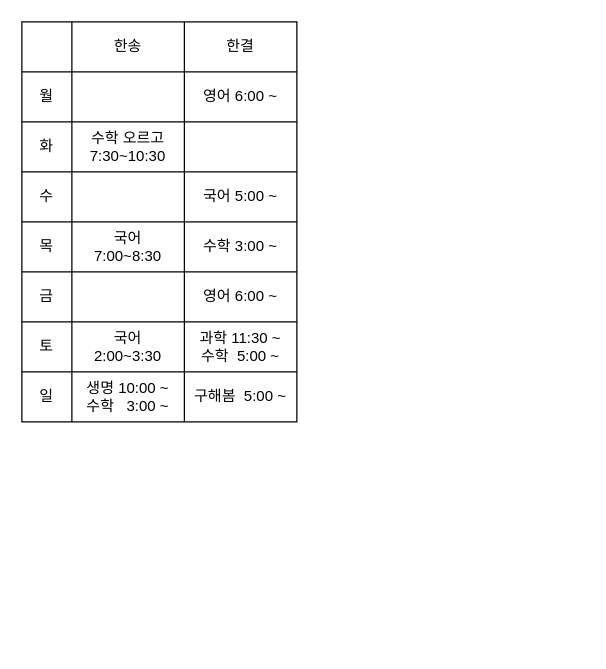
Above: time_table.drawio in hunsooni/diagram (draw.io), before the change. Source tidied: cells renumbered, new cells numbered last; positions are measured from the earlier drawing's top-left corner, leaving out a move shared by most shapes. Both pictures are drawn from the tidied source at 125%, with x=0, y=0 at pixel (21, 21).
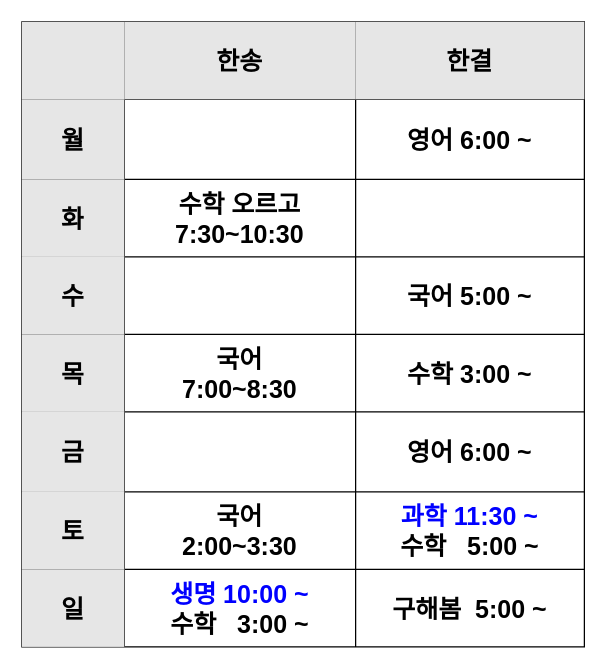
Above is the later version.

Change to the diagram source:
```diff
@@
-    <mxCell id="2" style="shape=table;startSize=0;childLayout=tableLayout;" parent="1" vertex="1">
-      <mxGeometry width="220" height="320" as="geometry" />
+    <mxCell id="2" style="shape=table;startSize=0;childLayout=tableLayout;fontSize=20;" parent="1" vertex="1">
+      <mxGeometry width="450" height="500" as="geometry" />
     </mxCell>
     <mxCell id="3" style="shape=tableRow;horizontal=0;startSize=0;swimlaneHead=0;swimlaneBody=0;top=0;left=0;bottom=0;right=0;fillColor=none;" parent="2" vertex="1">
-      <mxGeometry width="220" height="40" as="geometry" />
+      <mxGeometry width="450" height="62" as="geometry" />
     </mxCell>
-    <mxCell id="4" style="shape=partialRectangle;html=1;whiteSpace=wrap;overflow=hidden;fillColor=none;top=0;left=0;bottom=0;right=0;" parent="3" vertex="1">
-      <mxGeometry width="40" height="40" as="geometry" />
+    <mxCell id="4" style="shape=partialRectangle;html=1;whiteSpace=wrap;overflow=hidden;fillColor=#E6E6E6;top=0;left=0;bottom=0;right=0;fontSize=20;fontStyle=1;" parent="3" vertex="1">
+      <mxGeometry width="82" height="62" as="geometry" />
     </mxCell>
-    <mxCell id="5" value="한송" style="shape=partialRectangle;html=1;whiteSpace=wrap;overflow=hidden;fillColor=none;top=0;left=0;bottom=0;right=0;" parent="3" vertex="1">
-      <mxGeometry x="40" width="90" height="40" as="geometry" />
+    <mxCell id="5" value="한송" style="shape=partialRectangle;html=1;whiteSpace=wrap;overflow=hidden;fillColor=#E6E6E6;top=0;left=0;bottom=0;right=0;fontSize=20;fontStyle=1;" parent="3" vertex="1">
+      <mxGeometry x="82" width="185" height="62" as="geometry" />
     </mxCell>
-    <mxCell id="6" value="한결" style="shape=partialRectangle;html=1;whiteSpace=wrap;overflow=hidden;fillColor=none;top=0;left=0;bottom=0;right=0;" parent="3" vertex="1">
-      <mxGeometry x="130" width="90" height="40" as="geometry" />
+    <mxCell id="6" value="한결" style="shape=partialRectangle;html=1;whiteSpace=wrap;overflow=hidden;fillColor=#E6E6E6;top=0;left=0;bottom=0;right=0;fontSize=20;fontStyle=1;" parent="3" vertex="1">
+      <mxGeometry x="267" width="183" height="62" as="geometry" />
     </mxCell>
     <mxCell id="7" style="shape=tableRow;horizontal=0;startSize=0;swimlaneHead=0;swimlaneBody=0;top=0;left=0;bottom=0;right=0;fillColor=none;" parent="2" vertex="1">
-      <mxGeometry y="40" width="220" height="40" as="geometry" />
+      <mxGeometry y="62" width="450" height="64" as="geometry" />
     </mxCell>
-    <mxCell id="8" value="월" style="shape=partialRectangle;html=1;whiteSpace=wrap;overflow=hidden;fillColor=none;top=0;left=0;bottom=0;right=0;" parent="7" vertex="1">
-      <mxGeometry width="40" height="40" as="geometry" />
+    <mxCell id="8" value="월" style="shape=partialRectangle;html=1;whiteSpace=wrap;overflow=hidden;fillColor=#E6E6E6;top=0;left=0;bottom=0;right=0;fontSize=20;fontStyle=1;" parent="7" vertex="1">
+      <mxGeometry width="82" height="64" as="geometry" />
     </mxCell>
-    <mxCell id="9" style="shape=partialRectangle;html=1;whiteSpace=wrap;overflow=hidden;fillColor=none;top=0;left=0;bottom=0;right=0;" parent="7" vertex="1">
-      <mxGeometry x="40" width="90" height="40" as="geometry" />
+    <mxCell id="9" style="shape=partialRectangle;html=1;whiteSpace=wrap;overflow=hidden;fillColor=none;top=0;left=0;bottom=0;right=0;fontSize=20;fontStyle=1;" parent="7" vertex="1">
+      <mxGeometry x="82" width="185" height="64" as="geometry" />
     </mxCell>
-    <mxCell id="10" value="영어 6:00 ~" style="shape=partialRectangle;html=1;whiteSpace=wrap;overflow=hidden;fillColor=none;top=0;left=0;bottom=0;right=0;" parent="7" vertex="1">
-      <mxGeometry x="130" width="90" height="40" as="geometry" />
+    <mxCell id="10" value="영어 6:00 ~" style="shape=partialRectangle;html=1;whiteSpace=wrap;overflow=hidden;fillColor=none;top=0;left=0;bottom=0;right=0;fontSize=20;fontStyle=1;" parent="7" vertex="1">
+      <mxGeometry x="267" width="183" height="64" as="geometry" />
     </mxCell>
     <mxCell id="11" style="shape=tableRow;horizontal=0;startSize=0;swimlaneHead=0;swimlaneBody=0;top=0;left=0;bottom=0;right=0;fillColor=none;" parent="2" vertex="1">
-      <mxGeometry y="80" width="220" height="40" as="geometry" />
+      <mxGeometry y="126" width="450" height="62" as="geometry" />
     </mxCell>
-    <mxCell id="12" value="화" style="shape=partialRectangle;html=1;whiteSpace=wrap;overflow=hidden;fillColor=none;top=0;left=0;bottom=0;right=0;" parent="11" vertex="1">
-      <mxGeometry width="40" height="40" as="geometry" />
+    <mxCell id="12" value="화" style="shape=partialRectangle;html=1;whiteSpace=wrap;overflow=hidden;fillColor=#E6E6E6;top=0;left=0;bottom=0;right=0;fontSize=20;fontStyle=1;" parent="11" vertex="1">
+      <mxGeometry width="82" height="62" as="geometry" />
     </mxCell>
-    <mxCell id="13" value="수학 오르고&lt;br&gt;7:30~10:30" style="shape=partialRectangle;html=1;whiteSpace=wrap;overflow=hidden;fillColor=none;top=0;left=0;bottom=0;right=0;" parent="11" vertex="1">
-      <mxGeometry x="40" width="90" height="40" as="geometry" />
+    <mxCell id="13" value="수학 오르고&lt;br style=&quot;font-size: 20px;&quot;&gt;7:30~10:30" style="shape=partialRectangle;html=1;whiteSpace=wrap;overflow=hidden;fillColor=none;top=0;left=0;bottom=0;right=0;fontSize=20;fontStyle=1;" parent="11" vertex="1">
+      <mxGeometry x="82" width="185" height="62" as="geometry" />
     </mxCell>
-    <mxCell id="14" style="shape=partialRectangle;html=1;whiteSpace=wrap;overflow=hidden;fillColor=none;top=0;left=0;bottom=0;right=0;" parent="11" vertex="1">
-      <mxGeometry x="130" width="90" height="40" as="geometry" />
+    <mxCell id="14" style="shape=partialRectangle;html=1;whiteSpace=wrap;overflow=hidden;fillColor=none;top=0;left=0;bottom=0;right=0;fontSize=20;fontStyle=1;" parent="11" vertex="1">
+      <mxGeometry x="267" width="183" height="62" as="geometry" />
     </mxCell>
     <mxCell id="15" style="shape=tableRow;horizontal=0;startSize=0;swimlaneHead=0;swimlaneBody=0;top=0;left=0;bottom=0;right=0;fillColor=none;" parent="2" vertex="1">
-      <mxGeometry y="120" width="220" height="40" as="geometry" />
+      <mxGeometry y="188" width="450" height="62" as="geometry" />
     </mxCell>
-    <mxCell id="16" value="수" style="shape=partialRectangle;html=1;whiteSpace=wrap;overflow=hidden;fillColor=none;top=0;left=0;bottom=0;right=0;" parent="15" vertex="1">
-      <mxGeometry width="40" height="40" as="geometry" />
+    <mxCell id="16" value="수" style="shape=partialRectangle;html=1;whiteSpace=wrap;overflow=hidden;fillColor=#E6E6E6;top=0;left=0;bottom=0;right=0;fontSize=20;fontStyle=1;" parent="15" vertex="1">
+      <mxGeometry width="82" height="62" as="geometry" />
     </mxCell>
-    <mxCell id="17" style="shape=partialRectangle;html=1;whiteSpace=wrap;overflow=hidden;fillColor=none;top=0;left=0;bottom=0;right=0;" parent="15" vertex="1">
-      <mxGeometry x="40" width="90" height="40" as="geometry" />
+    <mxCell id="17" style="shape=partialRectangle;html=1;whiteSpace=wrap;overflow=hidden;fillColor=none;top=0;left=0;bottom=0;right=0;fontSize=20;fontStyle=1;" parent="15" vertex="1">
+      <mxGeometry x="82" width="185" height="62" as="geometry" />
     </mxCell>
-    <mxCell id="18" value="국어 5:00 ~" style="shape=partialRectangle;html=1;whiteSpace=wrap;overflow=hidden;fillColor=none;top=0;left=0;bottom=0;right=0;" parent="15" vertex="1">
-      <mxGeometry x="130" width="90" height="40" as="geometry" />
+    <mxCell id="18" value="국어 5:00 ~" style="shape=partialRectangle;html=1;whiteSpace=wrap;overflow=hidden;fillColor=none;top=0;left=0;bottom=0;right=0;fontSize=20;fontStyle=1;" parent="15" vertex="1">
+      <mxGeometry x="267" width="183" height="62" as="geometry" />
     </mxCell>
     <mxCell id="19" style="shape=tableRow;horizontal=0;startSize=0;swimlaneHead=0;swimlaneBody=0;top=0;left=0;bottom=0;right=0;fillColor=none;" parent="2" vertex="1">
-      <mxGeometry y="160" width="220" height="40" as="geometry" />
+      <mxGeometry y="250" width="450" height="62" as="geometry" />
     </mxCell>
-    <mxCell id="20" value="목" style="shape=partialRectangle;html=1;whiteSpace=wrap;overflow=hidden;fillColor=none;top=0;left=0;bottom=0;right=0;" parent="19" vertex="1">
-      <mxGeometry width="40" height="40" as="geometry" />
+    <mxCell id="20" value="목" style="shape=partialRectangle;html=1;whiteSpace=wrap;overflow=hidden;fillColor=#E6E6E6;top=0;left=0;bottom=0;right=0;fontSize=20;fontStyle=1;" parent="19" vertex="1">
+      <mxGeometry width="82" height="62" as="geometry" />
     </mxCell>
-    <mxCell id="21" value="국어&lt;br&gt;7:00~8:30" style="shape=partialRectangle;html=1;whiteSpace=wrap;overflow=hidden;fillColor=none;top=0;left=0;bottom=0;right=0;" parent="19" vertex="1">
-      <mxGeometry x="40" width="90" height="40" as="geometry" />
+    <mxCell id="21" value="국어&lt;br style=&quot;font-size: 20px;&quot;&gt;7:00~8:30" style="shape=partialRectangle;html=1;whiteSpace=wrap;overflow=hidden;fillColor=none;top=0;left=0;bottom=0;right=0;fontSize=20;fontStyle=1;" parent="19" vertex="1">
+      <mxGeometry x="82" width="185" height="62" as="geometry" />
     </mxCell>
-    <mxCell id="22" value="수학 3:00 ~" style="shape=partialRectangle;html=1;whiteSpace=wrap;overflow=hidden;fillColor=none;top=0;left=0;bottom=0;right=0;" parent="19" vertex="1">
-      <mxGeometry x="130" width="90" height="40" as="geometry" />
+    <mxCell id="22" value="수학 3:00 ~" style="shape=partialRectangle;html=1;whiteSpace=wrap;overflow=hidden;fillColor=none;top=0;left=0;bottom=0;right=0;fontSize=20;fontStyle=1;" parent="19" vertex="1">
+      <mxGeometry x="267" width="183" height="62" as="geometry" />
     </mxCell>
     <mxCell id="23" style="shape=tableRow;horizontal=0;startSize=0;swimlaneHead=0;swimlaneBody=0;top=0;left=0;bottom=0;right=0;fillColor=none;" parent="2" vertex="1">
-      <mxGeometry y="200" width="220" height="40" as="geometry" />
+      <mxGeometry y="312" width="450" height="64" as="geometry" />
     </mxCell>
-    <mxCell id="24" value="금" style="shape=partialRectangle;html=1;whiteSpace=wrap;overflow=hidden;fillColor=none;top=0;left=0;bottom=0;right=0;" parent="23" vertex="1">
-      <mxGeometry width="40" height="40" as="geometry" />
+    <mxCell id="24" value="금" style="shape=partialRectangle;html=1;whiteSpace=wrap;overflow=hidden;fillColor=#E6E6E6;top=0;left=0;bottom=0;right=0;fontSize=20;fontStyle=1;" parent="23" vertex="1">
+      <mxGeometry width="82" height="64" as="geometry" />
     </mxCell>
-    <mxCell id="25" style="shape=partialRectangle;html=1;whiteSpace=wrap;overflow=hidden;fillColor=none;top=0;left=0;bottom=0;right=0;" parent="23" vertex="1">
-      <mxGeometry x="40" width="90" height="40" as="geometry" />
+    <mxCell id="25" style="shape=partialRectangle;html=1;whiteSpace=wrap;overflow=hidden;fillColor=none;top=0;left=0;bottom=0;right=0;fontSize=20;fontStyle=1;" parent="23" vertex="1">
+      <mxGeometry x="82" width="185" height="64" as="geometry" />
     </mxCell>
-    <mxCell id="26" value="영어 6:00 ~" style="shape=partialRectangle;html=1;whiteSpace=wrap;overflow=hidden;fillColor=none;top=0;left=0;bottom=0;right=0;" parent="23" vertex="1">
-      <mxGeometry x="130" width="90" height="40" as="geometry" />
+    <mxCell id="26" value="영어 6:00 ~" style="shape=partialRectangle;html=1;whiteSpace=wrap;overflow=hidden;fillColor=none;top=0;left=0;bottom=0;right=0;fontSize=20;fontStyle=1;" parent="23" vertex="1">
+      <mxGeometry x="267" width="183" height="64" as="geometry" />
     </mxCell>
     <mxCell id="27" style="shape=tableRow;horizontal=0;startSize=0;swimlaneHead=0;swimlaneBody=0;top=0;left=0;bottom=0;right=0;fillColor=none;" parent="2" vertex="1">
-      <mxGeometry y="240" width="220" height="40" as="geometry" />
+      <mxGeometry y="376" width="450" height="62" as="geometry" />
     </mxCell>
-    <mxCell id="28" value="토" style="shape=partialRectangle;html=1;whiteSpace=wrap;overflow=hidden;fillColor=none;top=0;left=0;bottom=0;right=0;" parent="27" vertex="1">
-      <mxGeometry width="40" height="40" as="geometry" />
+    <mxCell id="28" value="토" style="shape=partialRectangle;html=1;whiteSpace=wrap;overflow=hidden;fillColor=#E6E6E6;top=0;left=0;bottom=0;right=0;fontSize=20;fontStyle=1;" parent="27" vertex="1">
+      <mxGeometry width="82" height="62" as="geometry" />
     </mxCell>
-    <mxCell id="29" value="국어&lt;br&gt;2:00~3:30" style="shape=partialRectangle;html=1;whiteSpace=wrap;overflow=hidden;fillColor=none;top=0;left=0;bottom=0;right=0;" parent="27" vertex="1">
-      <mxGeometry x="40" width="90" height="40" as="geometry" />
+    <mxCell id="29" value="국어&lt;br style=&quot;font-size: 20px;&quot;&gt;2:00~3:30" style="shape=partialRectangle;html=1;whiteSpace=wrap;overflow=hidden;fillColor=none;top=0;left=0;bottom=0;right=0;fontSize=20;fontStyle=1;" parent="27" vertex="1">
+      <mxGeometry x="82" width="185" height="62" as="geometry" />
     </mxCell>
-    <mxCell id="30" value="과학 11:30 ~&lt;br&gt;수학&amp;nbsp; 5:00 ~" style="shape=partialRectangle;html=1;whiteSpace=wrap;overflow=hidden;fillColor=none;top=0;left=0;bottom=0;right=0;" parent="27" vertex="1">
-      <mxGeometry x="130" width="90" height="40" as="geometry" />
+    <mxCell id="30" value="&lt;font color=&quot;#0000ff&quot;&gt;과학 11:30 ~&lt;/font&gt;&lt;br style=&quot;font-size: 20px;&quot;&gt;수학&amp;nbsp; &amp;nbsp;5:00 ~" style="shape=partialRectangle;html=1;whiteSpace=wrap;overflow=hidden;fillColor=none;top=0;left=0;bottom=0;right=0;fontSize=20;fontStyle=1;" parent="27" vertex="1">
+      <mxGeometry x="267" width="183" height="62" as="geometry" />
     </mxCell>
     <mxCell id="31" style="shape=tableRow;horizontal=0;startSize=0;swimlaneHead=0;swimlaneBody=0;top=0;left=0;bottom=0;right=0;fillColor=none;" parent="2" vertex="1">
-      <mxGeometry y="280" width="220" height="40" as="geometry" />
+      <mxGeometry y="438" width="450" height="62" as="geometry" />
     </mxCell>
-    <mxCell id="32" value="일" style="shape=partialRectangle;html=1;whiteSpace=wrap;overflow=hidden;fillColor=none;top=0;left=0;bottom=0;right=0;" parent="31" vertex="1">
-      <mxGeometry width="40" height="40" as="geometry" />
+    <mxCell id="32" value="일" style="shape=partialRectangle;html=1;whiteSpace=wrap;overflow=hidden;fillColor=#E6E6E6;top=0;left=0;bottom=0;right=0;fontSize=20;fontStyle=1;" parent="31" vertex="1">
+      <mxGeometry width="82" height="62" as="geometry" />
     </mxCell>
-    <mxCell id="33" value="생명 10:00 ~&lt;br&gt;수학&amp;nbsp; &amp;nbsp;3:00 ~" style="shape=partialRectangle;html=1;whiteSpace=wrap;overflow=hidden;fillColor=none;top=0;left=0;bottom=0;right=0;" parent="31" vertex="1">
-      <mxGeometry x="40" width="90" height="40" as="geometry" />
+    <mxCell id="33" value="&lt;font color=&quot;#0000ff&quot;&gt;생명 10:00 ~&lt;/font&gt;&lt;br style=&quot;font-size: 20px;&quot;&gt;수학&amp;nbsp; &amp;nbsp;3:00 ~" style="shape=partialRectangle;html=1;whiteSpace=wrap;overflow=hidden;fillColor=none;top=0;left=0;bottom=0;right=0;fontSize=20;fontStyle=1;" parent="31" vertex="1">
+      <mxGeometry x="82" width="185" height="62" as="geometry" />
     </mxCell>
-    <mxCell id="34" value="구해봄&amp;nbsp; 5:00 ~" style="shape=partialRectangle;html=1;whiteSpace=wrap;overflow=hidden;fillColor=none;top=0;left=0;bottom=0;right=0;" parent="31" vertex="1">
-      <mxGeometry x="130" width="90" height="40" as="geometry" />
+    <mxCell id="34" value="구해봄&amp;nbsp; 5:00 ~" style="shape=partialRectangle;html=1;whiteSpace=wrap;overflow=hidden;fillColor=none;top=0;left=0;bottom=0;right=0;fontSize=20;fontStyle=1;" parent="31" vertex="1">
+      <mxGeometry x="267" width="183" height="62" as="geometry" />
     </mxCell>
```
